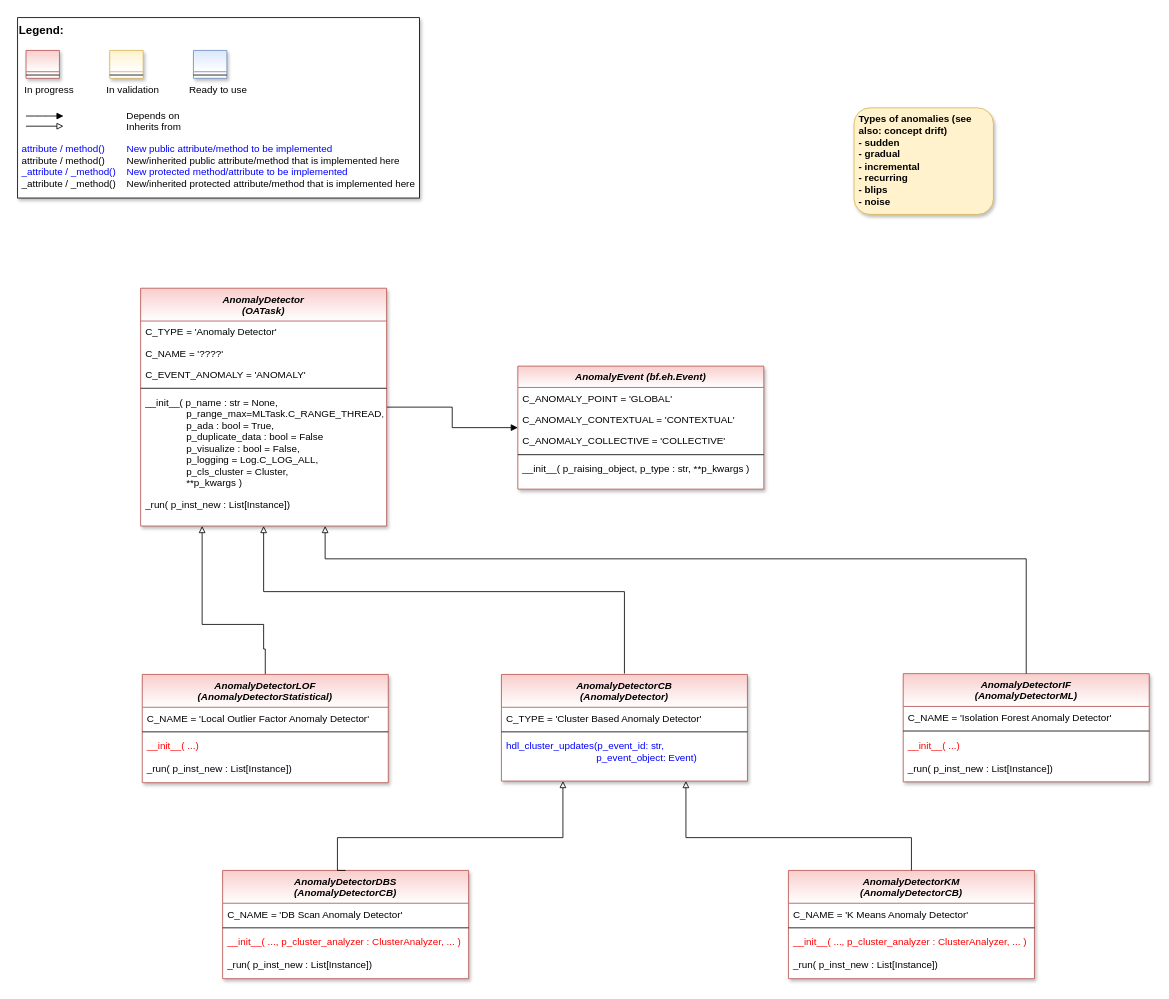
Earlier version of the draw.io diagram doc/rtd/content/04_appendices/appendix2/sub/core/mlpro_oa/streams/tasks/images/MLPro-OA_Anomaly_Detectors_class_diagram.drawio (fhswf/MLPro). Source tidied: cells renumbered, new cells numbered last; positions are measured from the earlier drawing's top-left corner, leaving out a move shared by most shapes. Both pictures are drawn from the tidied source at 82%, with x=0, y=0 at pixel (17, 17).
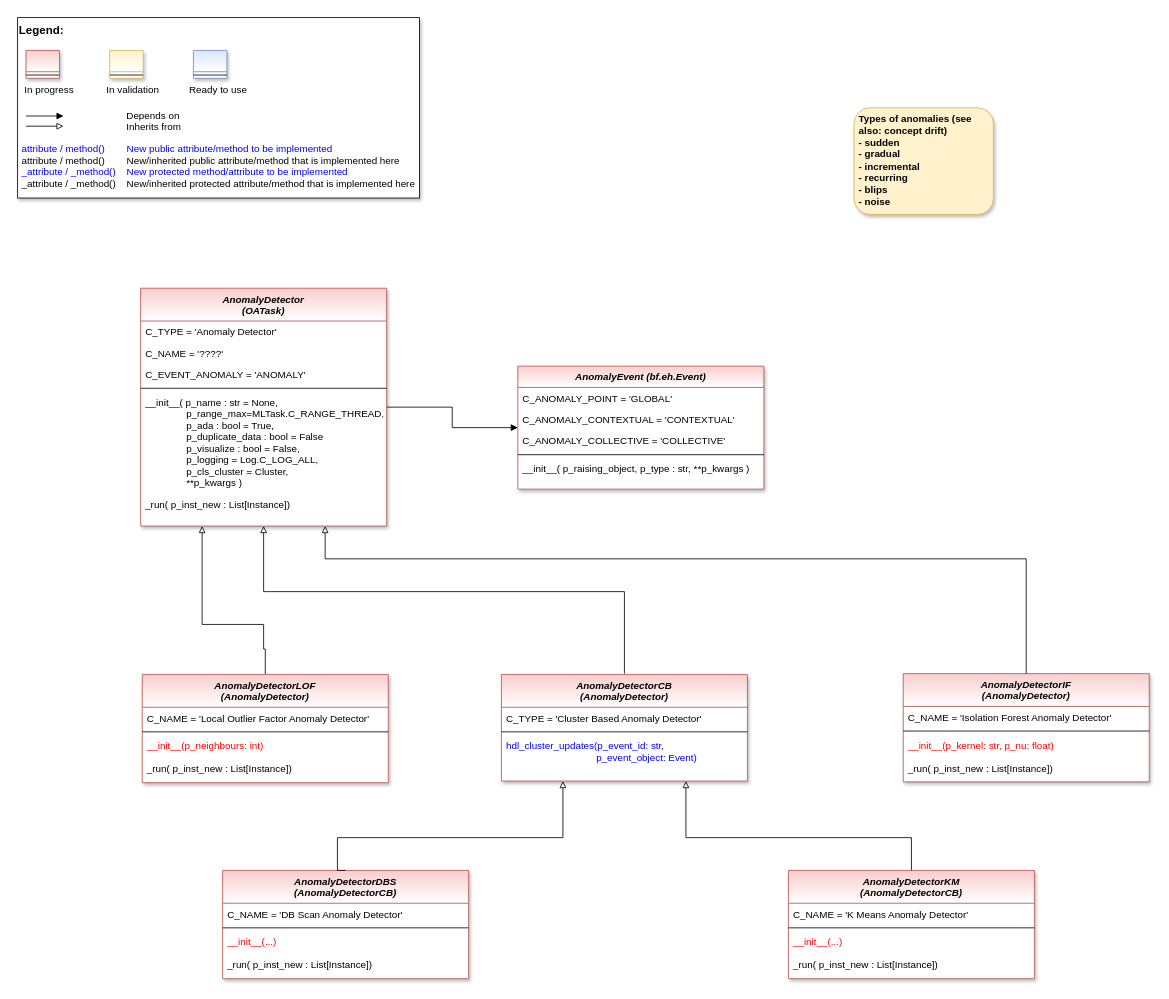
The same page after the edit.

Commit message (it also covers changes not shown here):
OA-Task: AnomalyDetector #520

Unchanged cells that the change refers to:
```xml
<mxCell id="38" value="AnomalyDetectorDBS&#10;(AnomalyDetectorCB)" style="swimlane;fontStyle=3;align=center;verticalAlign=top;horizontal=1;startSize=40;rounded=0;shadow=1;strokeWidth=1;fillColor=#f8cecc;strokeColor=#b85450;swimlaneFillColor=#ffffff;gradientColor=#ffffff;" parent="1" vertex="1">
  <mxGeometry x="250" y="1040" width="300" height="132" as="geometry" />
</mxCell>
<mxCell id="43" value="AnomalyDetectorKM&#10;(AnomalyDetectorCB)" style="swimlane;fontStyle=3;align=center;verticalAlign=top;horizontal=1;startSize=40;rounded=0;shadow=1;strokeWidth=1;fillColor=#f8cecc;strokeColor=#b85450;swimlaneFillColor=#ffffff;gradientColor=#ffffff;" parent="1" vertex="1">
  <mxGeometry x="940" y="1040" width="300" height="132" as="geometry" />
</mxCell>
```

Change to the diagram source:
```diff
@@
-    <mxCell id="33" value="AnomalyDetectorIF&#10;(AnomalyDetectorML)" style="swimlane;fontStyle=3;align=center;verticalAlign=top;horizontal=1;startSize=40;rounded=0;shadow=1;strokeWidth=1;fillColor=#f8cecc;strokeColor=#b85450;swimlaneFillColor=#ffffff;gradientColor=#ffffff;" parent="1" vertex="1">
+    <mxCell id="33" value="AnomalyDetectorIF&#10;(AnomalyDetector)" style="swimlane;fontStyle=3;align=center;verticalAlign=top;horizontal=1;startSize=40;rounded=0;shadow=1;strokeWidth=1;fillColor=#f8cecc;strokeColor=#b85450;swimlaneFillColor=#ffffff;gradientColor=#ffffff;" parent="1" vertex="1">
       <mxGeometry x="1080" y="800" width="300" height="132" as="geometry" />
     </mxCell>
@@
-    <mxCell id="36" value="__init__( ...)" style="text;align=left;verticalAlign=top;spacingLeft=4;spacingRight=4;overflow=hidden;fontColor=#FF0000;" parent="33" vertex="1">
+    <mxCell id="36" value="__init__(p_kernel: str, p_nu: float)" style="text;align=left;verticalAlign=top;spacingLeft=4;spacingRight=4;overflow=hidden;fontColor=#FF0000;" parent="33" vertex="1">
       <mxGeometry y="74" width="300" height="28" as="geometry" />
     </mxCell>
@@
-    <mxCell id="41" value="__init__( ..., p_cluster_analyzer : ClusterAnalyzer, ... )" style="text;align=left;verticalAlign=top;spacingLeft=4;spacingRight=4;overflow=hidden;fontColor=#FF0000;" parent="38" vertex="1">
+    <mxCell id="41" value="__init__(...)" style="text;align=left;verticalAlign=top;spacingLeft=4;spacingRight=4;overflow=hidden;fontColor=#FF0000;" parent="38" vertex="1">
       <mxGeometry y="74" width="300" height="28" as="geometry" />
     </mxCell>
@@
-    <mxCell id="46" value="__init__( ..., p_cluster_analyzer : ClusterAnalyzer, ... )" style="text;align=left;verticalAlign=top;spacingLeft=4;spacingRight=4;overflow=hidden;fontColor=#FF0000;" parent="43" vertex="1">
+    <mxCell id="46" value="__init__(...)" style="text;align=left;verticalAlign=top;spacingLeft=4;spacingRight=4;overflow=hidden;fontColor=#FF0000;" parent="43" vertex="1">
       <mxGeometry y="74" width="300" height="28" as="geometry" />
     </mxCell>
@@
-    <mxCell id="48" value="AnomalyDetectorLOF&#10;(AnomalyDetectorStatistical)" style="swimlane;fontStyle=3;align=center;verticalAlign=top;horizontal=1;startSize=40;rounded=0;shadow=1;strokeWidth=1;fillColor=#f8cecc;strokeColor=#b85450;swimlaneFillColor=#ffffff;gradientColor=#ffffff;" parent="1" vertex="1">
+    <mxCell id="48" value="AnomalyDetectorLOF&#10;(AnomalyDetector)" style="swimlane;fontStyle=3;align=center;verticalAlign=top;horizontal=1;startSize=40;rounded=0;shadow=1;strokeWidth=1;fillColor=#f8cecc;strokeColor=#b85450;swimlaneFillColor=#ffffff;gradientColor=#ffffff;" parent="1" vertex="1">
       <mxGeometry x="152" y="801" width="300" height="132" as="geometry" />
     </mxCell>
@@
-    <mxCell id="51" value="__init__( ...)" style="text;align=left;verticalAlign=top;spacingLeft=4;spacingRight=4;overflow=hidden;fontColor=#FF0000;" parent="48" vertex="1">
+    <mxCell id="51" value="__init__(p_neighbours: int)" style="text;align=left;verticalAlign=top;spacingLeft=4;spacingRight=4;overflow=hidden;fontColor=#FF0000;" parent="48" vertex="1">
       <mxGeometry y="74" width="300" height="28" as="geometry" />
     </mxCell>
```
